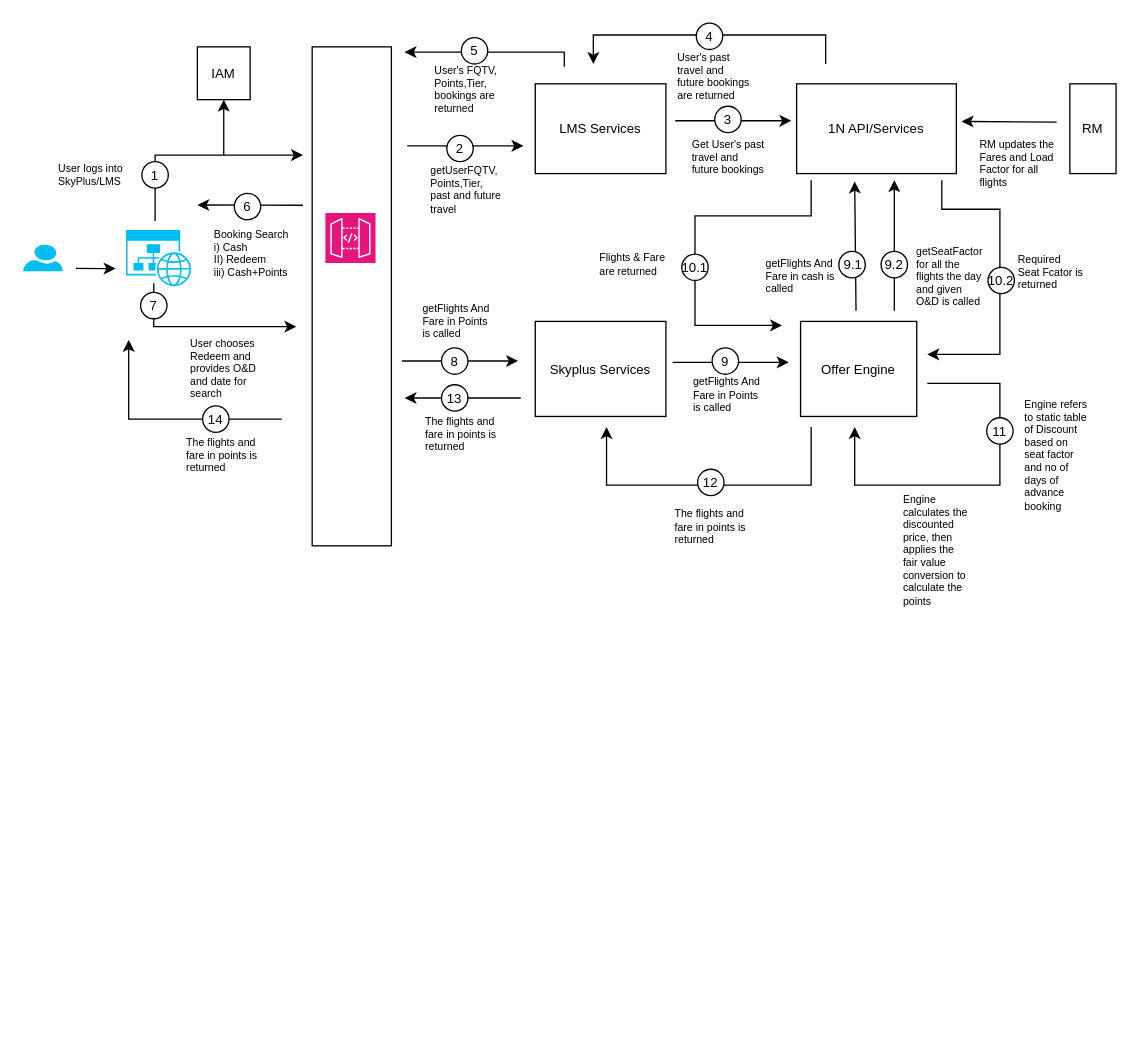
The draw.io diagram page "Page-2" (2 of 2) of Copy of LM Data Flow.drawio in nchauhan4/drawings, before the edit. Source tidied: cells renumbered, new cells numbered last; positions are measured from the earlier drawing's top-left corner, leaving out a move shared by most shapes. Both pictures are drawn from the tidied source at 132%, with x=0, y=0 at pixel (22, 22).
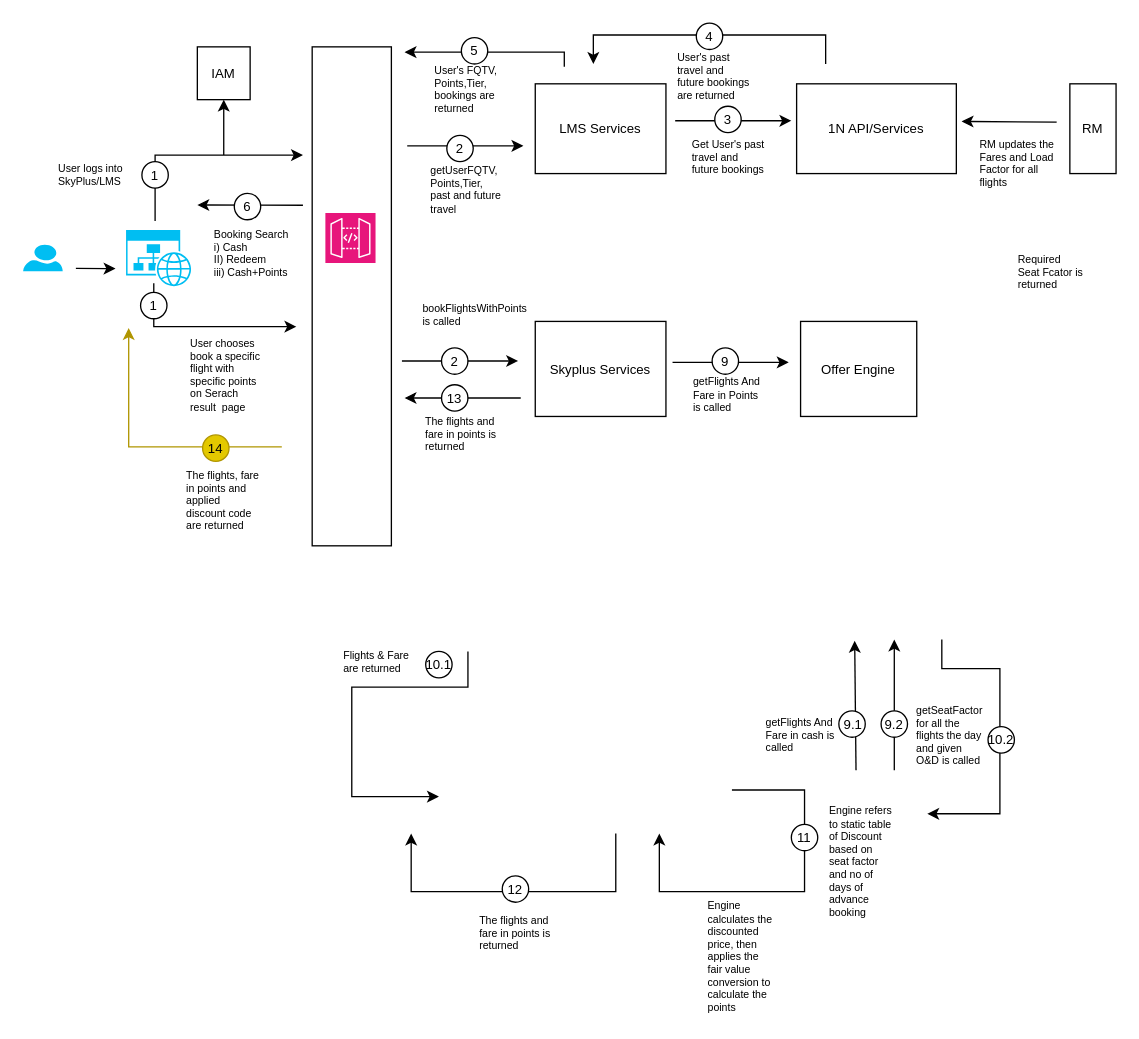
After the change.

Change to the diagram source:
```diff
@@
+    <mxCell id="76" style="endArrow=classic;html=1;rounded=0;fillColor=#e3c800;strokeColor=#B09500;" parent="1" edge="1">
+      <mxGeometry relative="1" as="geometry">
+        <mxPoint x="196" y="321" as="sourcePoint" />
+        <mxPoint x="80" y="231" as="targetPoint" />
+        <Array as="points">
+          <mxPoint x="163" y="321" />
+          <mxPoint x="80" y="321" />
+        </Array>
+      </mxGeometry>
+    </mxCell>
+    <mxCell id="77" style="ellipse;whiteSpace=wrap;html=1;fillColor=#e3c800;fontColor=#000000;strokeColor=#B09500;" parent="1" vertex="1">
+      <mxGeometry x="136" y="312" width="20" height="20" as="geometry" />
+    </mxCell>
+    <mxCell id="78" value="&lt;font style=&quot;font-size: 10px;&quot;&gt;14&lt;/font&gt;" style="text;html=1;strokeColor=none;fillColor=none;align=center;verticalAlign=middle;whiteSpace=wrap;rounded=0;" parent="1" vertex="1">
+      <mxGeometry x="131" y="312" width="30" height="20" as="geometry" />
+    </mxCell>
     <mxCell id="2" style="endArrow=classic;html=1;rounded=0;" parent="1" edge="1">
       <mxGeometry relative="1" as="geometry">
-        <mxPoint x="631" y="218" as="sourcePoint" />
-        <mxPoint x="630" y="120" as="targetPoint" />
+        <mxPoint x="631" y="566" as="sourcePoint" />
+        <mxPoint x="630" y="468" as="targetPoint" />
       </mxGeometry>
     </mxCell>
@@
-    <mxCell id="20" value="&lt;font style=&quot;font-size: 10px;&quot;&gt;7&lt;/font&gt;" style="text;html=1;strokeColor=none;fillColor=none;align=center;verticalAlign=middle;whiteSpace=wrap;rounded=0;" parent="1" vertex="1">
+    <mxCell id="20" value="&lt;font style=&quot;font-size: 10px;&quot;&gt;1&lt;/font&gt;" style="text;html=1;strokeColor=none;fillColor=none;align=center;verticalAlign=middle;whiteSpace=wrap;rounded=0;" parent="1" vertex="1">
       <mxGeometry x="84" y="204" width="30" height="20" as="geometry" />
     </mxCell>
-    <mxCell id="21" value="User chooses Redeem and provides O&amp;amp;D and date for search" style="text;html=1;strokeColor=none;fillColor=none;align=left;verticalAlign=top;whiteSpace=wrap;rounded=0;fontSize=8;" parent="1" vertex="1">
-      <mxGeometry x="124.5" y="231.5" width="58.5" height="38.5" as="geometry" />
+    <mxCell id="21" value="User chooses&amp;nbsp; book a specific flight with specific points on Serach result&amp;nbsp; page" style="text;html=1;strokeColor=none;fillColor=none;align=left;verticalAlign=top;whiteSpace=wrap;rounded=0;fontSize=8;" parent="1" vertex="1">
+      <mxGeometry x="124.5" y="231.5" width="58.5" height="65.5" as="geometry" />
     </mxCell>
@@
     <mxCell id="30" value="getSeatFactor for all the flights the day and given O&amp;amp;D is called" style="text;html=1;strokeColor=none;fillColor=none;align=left;verticalAlign=top;whiteSpace=wrap;rounded=0;fontSize=8;" parent="1" vertex="1">
-      <mxGeometry x="675" y="162" width="52" height="55" as="geometry" />
+      <mxGeometry x="675" y="510" width="52" height="55" as="geometry" />
     </mxCell>
@@
     <mxCell id="34" value="getFlights And Fare in cash is called" style="text;html=1;strokeColor=none;fillColor=none;align=left;verticalAlign=top;whiteSpace=wrap;rounded=0;fontSize=8;" parent="1" vertex="1">
-      <mxGeometry x="561" y="170.5" width="58.5" height="33" as="geometry" />
+      <mxGeometry x="561" y="518.5" width="58.5" height="33" as="geometry" />
     </mxCell>
@@
-    <mxCell id="37" value="&lt;font style=&quot;font-size: 10px;&quot;&gt;8&lt;/font&gt;" style="text;html=1;strokeColor=none;fillColor=none;align=center;verticalAlign=middle;whiteSpace=wrap;rounded=0;" parent="1" vertex="1">
+    <mxCell id="37" value="&lt;font style=&quot;font-size: 10px;&quot;&gt;2&lt;/font&gt;" style="text;html=1;strokeColor=none;fillColor=none;align=center;verticalAlign=middle;whiteSpace=wrap;rounded=0;" parent="1" vertex="1">
       <mxGeometry x="312" y="246" width="30" height="20" as="geometry" />
     </mxCell>
-    <mxCell id="38" value="getFlights And Fare in Points is called" style="text;html=1;strokeColor=none;fillColor=none;align=left;verticalAlign=top;whiteSpace=wrap;rounded=0;fontSize=8;" parent="1" vertex="1">
-      <mxGeometry x="300.8" y="205" width="58.5" height="33" as="geometry" />
+    <mxCell id="38" value="bookFlightsWithPoints is called" style="text;html=1;strokeColor=none;fillColor=none;align=left;verticalAlign=top;whiteSpace=wrap;rounded=0;fontSize=8;" parent="1" vertex="1">
+      <mxGeometry x="300.8" y="205" width="87.2" height="33" as="geometry" />
     </mxCell>
     <mxCell id="39" style="endArrow=classic;html=1;rounded=0;" parent="1" edge="1">
       <mxGeometry relative="1" as="geometry">
-        <mxPoint x="660" y="218" as="sourcePoint" />
-        <mxPoint x="660" y="119" as="targetPoint" />
+        <mxPoint x="660" y="566" as="sourcePoint" />
+        <mxPoint x="660" y="467" as="targetPoint" />
         <Array as="points">
-          <mxPoint x="660" y="174" />
+          <mxPoint x="660" y="522" />
         </Array>
       </mxGeometry>
     </mxCell>
@@
     <mxCell id="47" style="ellipse;whiteSpace=wrap;html=1;" parent="1" vertex="1">
-      <mxGeometry x="618" y="173" width="20" height="20" as="geometry" />
+      <mxGeometry x="618" y="521" width="20" height="20" as="geometry" />
     </mxCell>
     <mxCell id="48" value="&lt;span style=&quot;font-size: 10px;&quot;&gt;9.1&lt;/span&gt;" style="text;html=1;strokeColor=none;fillColor=none;align=center;verticalAlign=middle;whiteSpace=wrap;rounded=0;" parent="1" vertex="1">
-      <mxGeometry x="614" y="173" width="30" height="20" as="geometry" />
+      <mxGeometry x="614" y="521" width="30" height="20" as="geometry" />
     </mxCell>
@@
     <mxCell id="50" style="ellipse;whiteSpace=wrap;html=1;" parent="1" vertex="1">
-      <mxGeometry x="650" y="173" width="20" height="20" as="geometry" />
+      <mxGeometry x="650" y="521" width="20" height="20" as="geometry" />
     </mxCell>
     <mxCell id="51" value="&lt;span style=&quot;font-size: 10px;&quot;&gt;9.2&lt;/span&gt;" style="text;html=1;strokeColor=none;fillColor=none;align=center;verticalAlign=middle;whiteSpace=wrap;rounded=0;" parent="1" vertex="1">
-      <mxGeometry x="645" y="173" width="30" height="20" as="geometry" />
+      <mxGeometry x="645" y="521" width="30" height="20" as="geometry" />
     </mxCell>
     <mxCell id="52" style="endArrow=classic;html=1;rounded=0;" parent="1" edge="1">
       <mxGeometry relative="1" as="geometry">
-        <mxPoint x="696" y="119" as="sourcePoint" />
-        <mxPoint x="685" y="251" as="targetPoint" />
+        <mxPoint x="696" y="467" as="sourcePoint" />
+        <mxPoint x="685" y="599" as="targetPoint" />
         <Array as="points">
-          <mxPoint x="696" y="141" />
-          <mxPoint x="740" y="141" />
-          <mxPoint x="740" y="251" />
+          <mxPoint x="696" y="489" />
+          <mxPoint x="740" y="489" />
+          <mxPoint x="740" y="599" />
         </Array>
       </mxGeometry>
     </mxCell>
     <mxCell id="53" style="endArrow=classic;html=1;rounded=0;" parent="1" edge="1">
       <mxGeometry relative="1" as="geometry">
-        <mxPoint x="597" y="119" as="sourcePoint" />
-        <mxPoint x="575" y="229" as="targetPoint" />
+        <mxPoint x="337" y="476" as="sourcePoint" />
+        <mxPoint x="315" y="586" as="targetPoint" />
         <Array as="points">
-          <mxPoint x="597" y="146" />
-          <mxPoint x="509" y="146" />
-          <mxPoint x="509" y="185" />
-          <mxPoint x="509" y="229" />
+          <mxPoint x="337" y="503" />
+          <mxPoint x="249" y="503" />
+          <mxPoint x="249" y="542" />
+          <mxPoint x="249" y="586" />
         </Array>
       </mxGeometry>
     </mxCell>
     <mxCell id="54" style="ellipse;whiteSpace=wrap;html=1;" parent="1" vertex="1">
-      <mxGeometry x="499" y="175" width="20" height="20" as="geometry" />
+      <mxGeometry x="305" y="476" width="20" height="20" as="geometry" />
     </mxCell>
     <mxCell id="55" value="&lt;font style=&quot;font-size: 10px;&quot;&gt;10.1&lt;/font&gt;" style="text;html=1;strokeColor=none;fillColor=none;align=center;verticalAlign=middle;whiteSpace=wrap;rounded=0;" parent="1" vertex="1">
-      <mxGeometry x="494" y="175" width="30" height="20" as="geometry" />
+      <mxGeometry x="300" y="476" width="30" height="20" as="geometry" />
     </mxCell>
     <mxCell id="56" value="Flights &amp;amp; Fare are returned" style="text;html=1;strokeColor=none;fillColor=none;align=left;verticalAlign=top;whiteSpace=wrap;rounded=0;fontSize=8;" parent="1" vertex="1">
-      <mxGeometry x="435" y="166.5" width="58.5" height="33" as="geometry" />
+      <mxGeometry x="241" y="467.5" width="58.5" height="33" as="geometry" />
     </mxCell>
     <mxCell id="57" value="&lt;font style=&quot;font-size: 10px;&quot;&gt;10.2&lt;/font&gt;" style="ellipse;whiteSpace=wrap;html=1;" parent="1" vertex="1">
-      <mxGeometry x="731" y="185" width="20" height="20" as="geometry" />
+      <mxGeometry x="731" y="533" width="20" height="20" as="geometry" />
     </mxCell>
@@
     <mxCell id="59" style="endArrow=classic;html=1;rounded=0;" parent="1" edge="1">
       <mxGeometry relative="1" as="geometry">
-        <mxPoint x="685" y="273" as="sourcePoint" />
-        <mxPoint x="630" y="306" as="targetPoint" />
+        <mxPoint x="537" y="581" as="sourcePoint" />
+        <mxPoint x="482" y="614" as="targetPoint" />
         <Array as="points">
-          <mxPoint x="740" y="273" />
-          <mxPoint x="740" y="350" />
-          <mxPoint x="630" y="350" />
+          <mxPoint x="592" y="581" />
+          <mxPoint x="592" y="658" />
+          <mxPoint x="482" y="658" />
         </Array>
       </mxGeometry>
     </mxCell>
     <mxCell id="60" style="ellipse;whiteSpace=wrap;html=1;" parent="1" vertex="1">
-      <mxGeometry x="730" y="299" width="20" height="20" as="geometry" />
+      <mxGeometry x="582" y="607" width="20" height="20" as="geometry" />
     </mxCell>
     <mxCell id="61" value="&lt;font style=&quot;font-size: 10px;&quot;&gt;11&lt;/font&gt;" style="text;html=1;strokeColor=none;fillColor=none;align=center;verticalAlign=middle;whiteSpace=wrap;rounded=0;" parent="1" vertex="1">
-      <mxGeometry x="725" y="299" width="30" height="20" as="geometry" />
+      <mxGeometry x="577" y="607" width="30" height="20" as="geometry" />
     </mxCell>
@@
     <mxCell id="66" value="Engine refers to static table of Discount based on seat factor and no of days of advance booking" style="text;html=1;strokeColor=none;fillColor=none;align=left;verticalAlign=top;whiteSpace=wrap;rounded=0;fontSize=8;" parent="1" vertex="1">
-      <mxGeometry x="757" y="278" width="52" height="94" as="geometry" />
+      <mxGeometry x="609" y="586" width="52" height="94" as="geometry" />
     </mxCell>
     <mxCell id="67" value="Engine calculates the discounted price, then applies the fair value conversion to calculate the points" style="text;html=1;strokeColor=none;fillColor=none;align=left;verticalAlign=top;whiteSpace=wrap;rounded=0;fontSize=8;" parent="1" vertex="1">
-      <mxGeometry x="665" y="350" width="52" height="94" as="geometry" />
+      <mxGeometry x="517" y="658" width="52" height="94" as="geometry" />
     </mxCell>
     <mxCell id="68" style="endArrow=classic;html=1;rounded=0;" parent="1" edge="1">
       <mxGeometry relative="1" as="geometry">
-        <mxPoint x="597" y="306" as="sourcePoint" />
-        <mxPoint x="442" y="306" as="targetPoint" />
+        <mxPoint x="449" y="614" as="sourcePoint" />
+        <mxPoint x="294" y="614" as="targetPoint" />
         <Array as="points">
-          <mxPoint x="597" y="350" />
-          <mxPoint x="442" y="350" />
+          <mxPoint x="449" y="658" />
+          <mxPoint x="294" y="658" />
         </Array>
       </mxGeometry>
     </mxCell>
     <mxCell id="69" style="ellipse;whiteSpace=wrap;html=1;" parent="1" vertex="1">
-      <mxGeometry x="511" y="338" width="20" height="20" as="geometry" />
+      <mxGeometry x="363" y="646" width="20" height="20" as="geometry" />
     </mxCell>
     <mxCell id="70" value="&lt;font style=&quot;font-size: 10px;&quot;&gt;12&lt;/font&gt;" style="text;html=1;strokeColor=none;fillColor=none;align=center;verticalAlign=middle;whiteSpace=wrap;rounded=0;" parent="1" vertex="1">
-      <mxGeometry x="506" y="338" width="30" height="20" as="geometry" />
+      <mxGeometry x="358" y="646" width="30" height="20" as="geometry" />
     </mxCell>
     <mxCell id="71" value="The flights and fare in points is returned" style="text;html=1;strokeColor=none;fillColor=none;align=left;verticalAlign=top;whiteSpace=wrap;rounded=0;fontSize=8;" parent="1" vertex="1">
-      <mxGeometry x="491.8" y="361" width="58.5" height="33" as="geometry" />
+      <mxGeometry x="343.8" y="669" width="58.5" height="33" as="geometry" />
     </mxCell>
@@
-    <mxCell id="76" style="endArrow=classic;html=1;rounded=0;" parent="1" edge="1">
-      <mxGeometry relative="1" as="geometry">
-        <mxPoint x="196" y="300" as="sourcePoint" />
-        <mxPoint x="80" y="240" as="targetPoint" />
-        <Array as="points">
-          <mxPoint x="163" y="300" />
-          <mxPoint x="80" y="300" />
-        </Array>
-      </mxGeometry>
-    </mxCell>
-    <mxCell id="77" style="ellipse;whiteSpace=wrap;html=1;" parent="1" vertex="1">
-      <mxGeometry x="136" y="290" width="20" height="20" as="geometry" />
-    </mxCell>
-    <mxCell id="78" value="&lt;font style=&quot;font-size: 10px;&quot;&gt;14&lt;/font&gt;" style="text;html=1;strokeColor=none;fillColor=none;align=center;verticalAlign=middle;whiteSpace=wrap;rounded=0;" parent="1" vertex="1">
-      <mxGeometry x="131" y="290" width="30" height="20" as="geometry" />
-    </mxCell>
-    <mxCell id="79" value="The flights and fare in points is returned" style="text;html=1;strokeColor=none;fillColor=none;align=left;verticalAlign=top;whiteSpace=wrap;rounded=0;fontSize=8;" parent="1" vertex="1">
-      <mxGeometry x="121.8" y="307" width="58.5" height="33" as="geometry" />
+    <mxCell id="79" value="The flights, fare in points and applied discount code are returned" style="text;html=1;strokeColor=none;fillColor=none;align=left;verticalAlign=top;whiteSpace=wrap;rounded=0;fontSize=8;" parent="1" vertex="1">
+      <mxGeometry x="121.8" y="332" width="58.5" height="66" as="geometry" />
     </mxCell>
```
